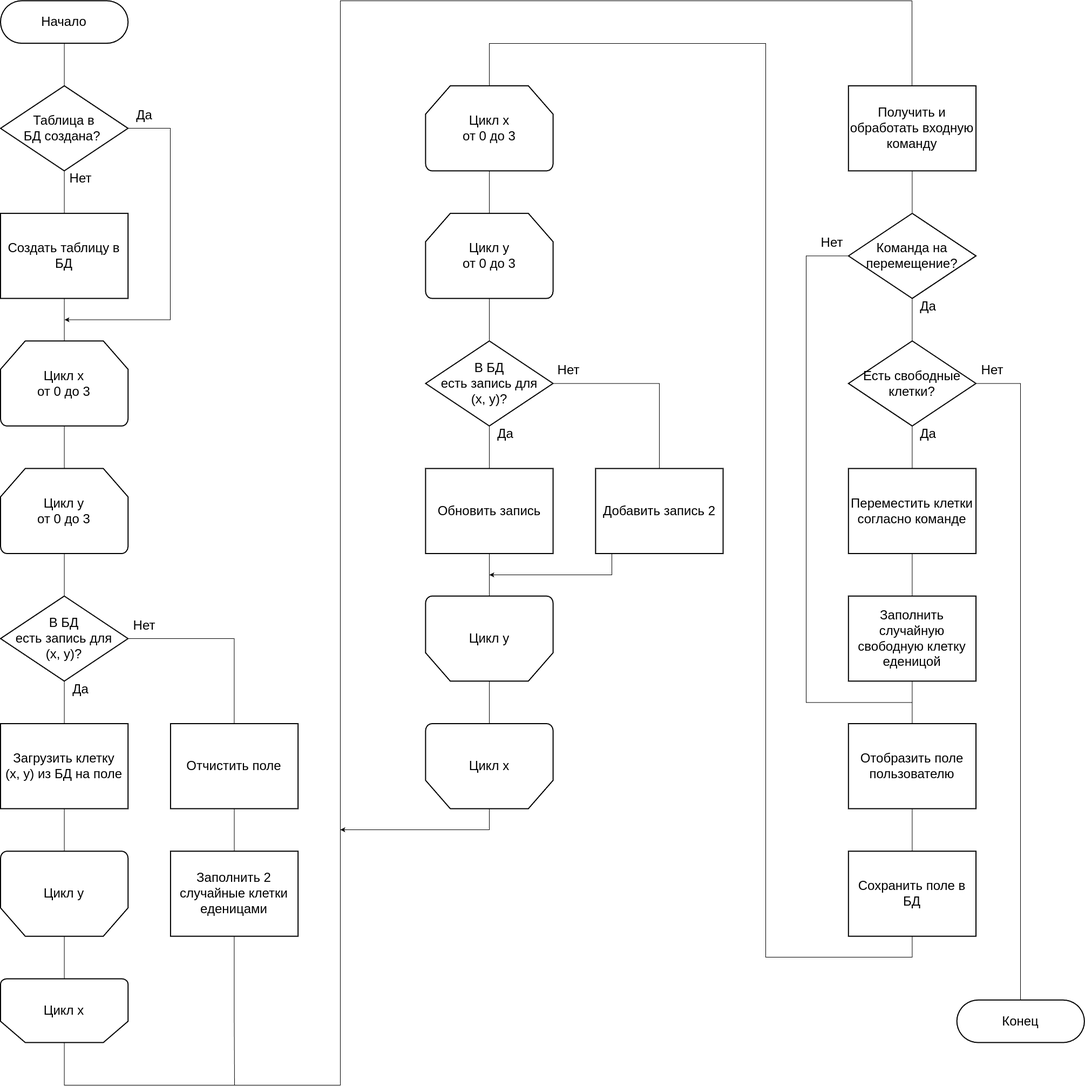
Earlier version of the draw.io export diagrams/flowcharts.drawio.png (Destructor17/graduation_project_report). Source tidied: cells renumbered, new cells last; positions are measured from the earlier drawing's top-left corner, leaving out a move shared by most shapes.
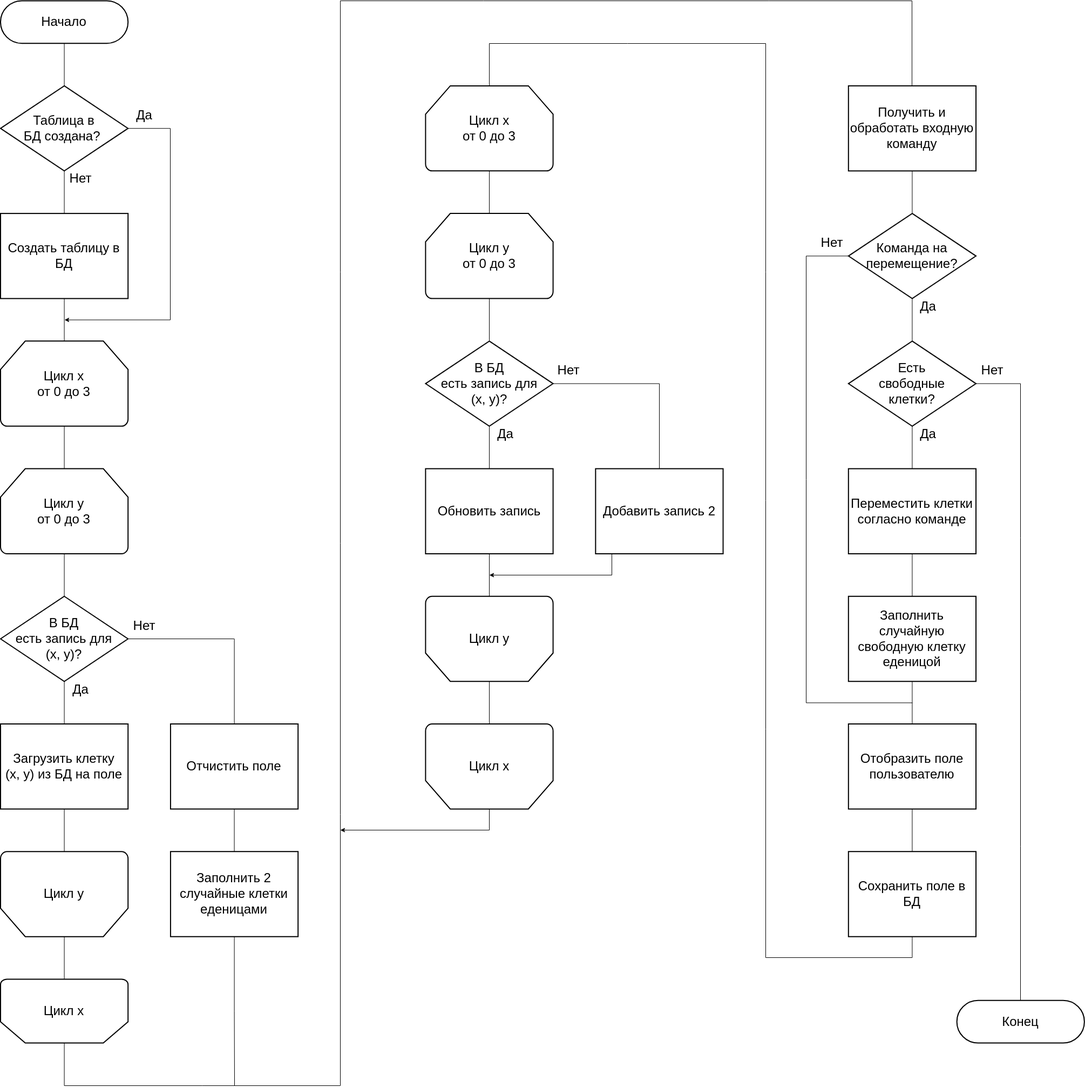
The same file after the commit.

The edit, as a diff of the source:
```diff
@@ -150,7 +150,7 @@
         </Array>
       </mxGeometry>
     </mxCell>
-    <mxCell id="43" value="&lt;span style=&quot;font-size: 24px;&quot;&gt;Есть свободные&lt;br style=&quot;font-size: 24px;&quot;&gt;клетки?&lt;/span&gt;" style="strokeWidth=2;html=1;shape=mxgraph.flowchart.decision;whiteSpace=wrap;rounded=0;comic=0;strokeColor=default;align=center;verticalAlign=middle;arcSize=0;fontFamily=Helvetica;fontSize=24;fontColor=default;labelBackgroundColor=none;fillColor=default;" parent="1" vertex="1">
+    <mxCell id="43" value="&lt;span style=&quot;font-size: 24px;&quot;&gt;Есть&lt;br&gt;свободные&lt;br style=&quot;font-size: 24px;&quot;&gt;клетки?&lt;/span&gt;" style="strokeWidth=2;html=1;shape=mxgraph.flowchart.decision;whiteSpace=wrap;rounded=0;comic=0;strokeColor=default;align=center;verticalAlign=middle;arcSize=0;fontFamily=Helvetica;fontSize=24;fontColor=default;labelBackgroundColor=none;fillColor=default;" parent="1" vertex="1">
       <mxGeometry x="1571.3" y="629.8" width="236.2" height="157.5" as="geometry" />
     </mxCell>
     <mxCell id="44" value="Нет" style="text;html=1;align=center;verticalAlign=middle;whiteSpace=wrap;rounded=0;fontFamily=Helvetica;fontSize=24;fontColor=default;labelBackgroundColor=none;comic=0;enumerate=0;noLabel=0;" parent="1" vertex="1">
```
